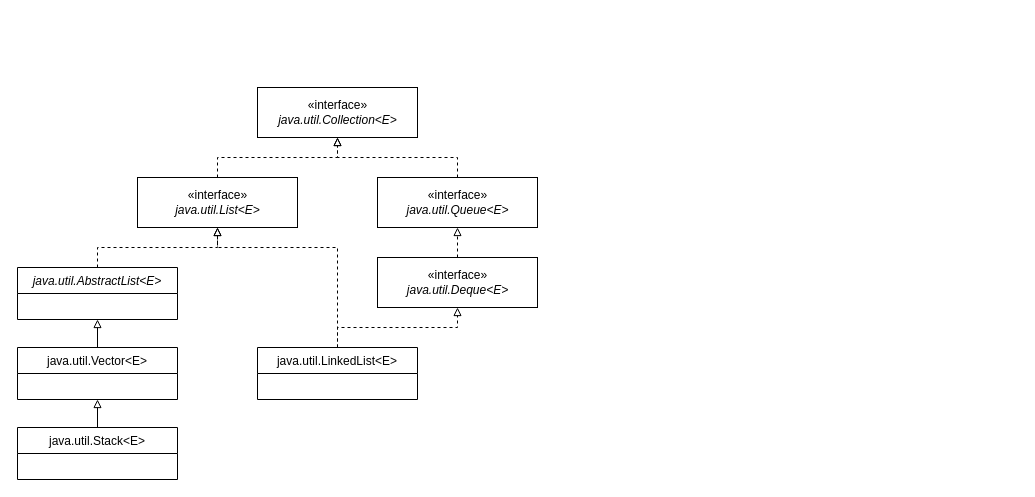
Earlier version of the draw.io diagram CSC/161/ch20_stack uml.drawio (PatrickMcDougle/ACC). Source tidied: cells renumbered, new cells numbered last; positions are measured from the earlier drawing's top-left corner, leaving out a move shared by most shapes. Both pictures are drawn from the tidied source at 100%, with x=0, y=0 at pixel (17, 87).
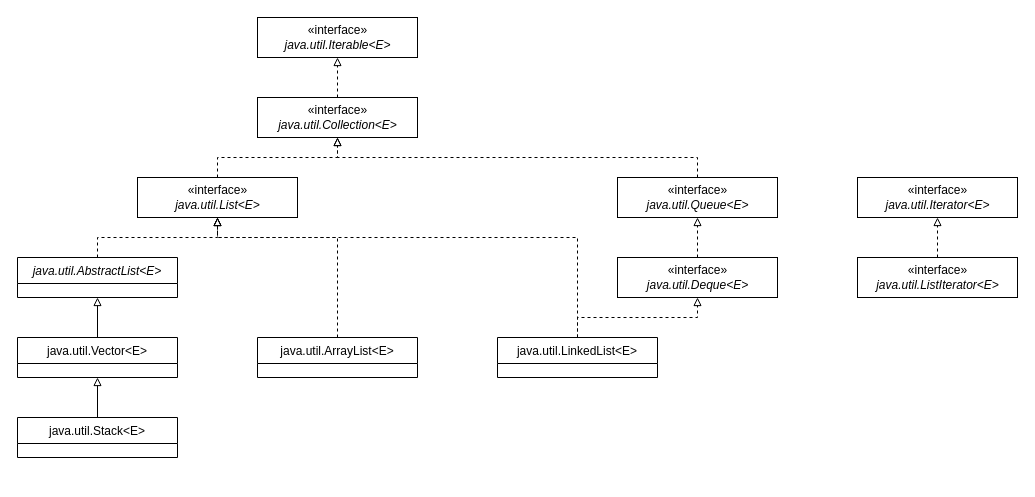
The same diagram, later.

Change to the diagram source:
```diff
@@
     <mxCell id="3" value="java.util.Stack&lt;E&gt;" style="swimlane;fontStyle=0;horizontal=1;startSize=26;fillColor=none;" parent="1" vertex="1">
-      <mxGeometry y="340" width="160" height="52" as="geometry" />
+      <mxGeometry y="330" width="160" height="40" as="geometry" />
     </mxCell>
@@
     <mxCell id="5" value="java.util.Vector&lt;E&gt;" style="swimlane;fontStyle=0;horizontal=1;startSize=26;fillColor=none;" parent="1" vertex="1">
-      <mxGeometry y="260" width="160" height="52" as="geometry" />
+      <mxGeometry y="250" width="160" height="40" as="geometry" />
     </mxCell>
@@
     <mxCell id="7" value="java.util.AbstractList&lt;E&gt;" style="swimlane;fontStyle=2;horizontal=1;startSize=26;fillColor=none;" parent="1" vertex="1">
-      <mxGeometry y="180" width="160" height="52" as="geometry" />
+      <mxGeometry y="170" width="160" height="40" as="geometry" />
     </mxCell>
@@
     <mxCell id="9" value="«interface»&lt;br&gt;&lt;i&gt;java.util.List&amp;lt;E&amp;gt;&lt;/i&gt;" style="html=1;" parent="1" vertex="1">
-      <mxGeometry x="120" y="90" width="160" height="50" as="geometry" />
+      <mxGeometry x="120" y="90" width="160" height="40" as="geometry" />
     </mxCell>
+    <mxCell id="18" style="edgeStyle=orthogonalEdgeStyle;rounded=0;jettySize=auto;html=1;exitX=0.5;exitY=0;exitDx=0;exitDy=0;entryX=0.5;entryY=1;entryDx=0;entryDy=0;dashed=1;endArrow=block;endFill=0;" parent="1" edge="1" source="10" target="24">
+      <mxGeometry relative="1" as="geometry" />
+    </mxCell>
     <mxCell id="10" value="«interface»&lt;br&gt;&lt;i&gt;java.util.Collection&amp;lt;E&amp;gt;&lt;/i&gt;" style="html=1;" parent="1" vertex="1">
-      <mxGeometry x="240" width="160" height="50" as="geometry" />
+      <mxGeometry x="240" y="10" width="160" height="40" as="geometry" />
     </mxCell>
@@
     <mxCell id="12" value="«interface»&lt;br&gt;&lt;i&gt;java.util.Queue&amp;lt;E&amp;gt;&lt;/i&gt;" style="html=1;" parent="1" vertex="1">
-      <mxGeometry x="360" y="90" width="160" height="50" as="geometry" />
+      <mxGeometry x="600" y="90" width="160" height="40" as="geometry" />
     </mxCell>
@@
     <mxCell id="14" value="«interface»&lt;br&gt;&lt;i&gt;java.util.Deque&amp;lt;E&amp;gt;&lt;/i&gt;" style="html=1;" parent="1" vertex="1">
-      <mxGeometry x="360" y="170" width="160" height="50" as="geometry" />
+      <mxGeometry x="600" y="170" width="160" height="40" as="geometry" />
     </mxCell>
@@
     <mxCell id="16" style="edgeStyle=orthogonalEdgeStyle;rounded=0;jettySize=auto;html=1;exitX=0.5;exitY=0;exitDx=0;exitDy=0;entryX=0.5;entryY=1;entryDx=0;entryDy=0;dashed=1;endArrow=block;endFill=0;" parent="1" edge="1" source="17" target="9">
       <mxGeometry relative="1" as="geometry">
         <Array as="points">
-          <mxPoint x="320" y="160" />
-          <mxPoint x="200" y="160" />
+          <mxPoint x="560" y="150" />
+          <mxPoint x="200" y="150" />
         </Array>
       </mxGeometry>
     </mxCell>
     <mxCell id="17" value="java.util.LinkedList&lt;E&gt;" style="swimlane;fontStyle=0;horizontal=1;startSize=26;fillColor=none;" parent="1" vertex="1">
-      <mxGeometry x="240" y="260" width="160" height="52" as="geometry" />
+      <mxGeometry x="480" y="250" width="160" height="40" as="geometry" />
     </mxCell>
+    <mxCell id="19" style="edgeStyle=orthogonalEdgeStyle;rounded=0;jettySize=auto;html=1;exitX=0.5;exitY=0;exitDx=0;exitDy=0;entryX=0.5;entryY=1;entryDx=0;entryDy=0;dashed=1;endArrow=block;endFill=0;" parent="1" edge="1" source="20" target="9">
+      <mxGeometry relative="1" as="geometry">
+        <Array as="points">
+          <mxPoint x="320" y="150" />
+          <mxPoint x="200" y="150" />
+        </Array>
+      </mxGeometry>
+    </mxCell>
+    <mxCell id="20" value="java.util.ArrayList&lt;E&gt;" style="swimlane;fontStyle=0;horizontal=1;startSize=26;fillColor=none;" parent="1" vertex="1">
+      <mxGeometry x="240" y="250" width="160" height="40" as="geometry" />
+    </mxCell>
+    <mxCell id="21" style="edgeStyle=orthogonalEdgeStyle;rounded=0;jettySize=auto;html=1;exitX=0.5;exitY=0;exitDx=0;exitDy=0;entryX=0.5;entryY=1;entryDx=0;entryDy=0;dashed=1;endArrow=block;endFill=0;" parent="1" edge="1" source="22" target="23">
+      <mxGeometry relative="1" as="geometry" />
+    </mxCell>
+    <mxCell id="22" value="«interface»&lt;br&gt;&lt;i&gt;java.util.ListIterator&amp;lt;E&amp;gt;&lt;/i&gt;" style="html=1;" parent="1" vertex="1">
+      <mxGeometry x="840" y="170" width="160" height="40" as="geometry" />
+    </mxCell>
+    <mxCell id="23" value="«interface»&lt;br&gt;&lt;i&gt;java.util.Iterator&amp;lt;E&amp;gt;&lt;/i&gt;" style="html=1;" parent="1" vertex="1">
+      <mxGeometry x="840" y="90" width="160" height="40" as="geometry" />
+    </mxCell>
+    <mxCell id="24" value="«interface»&lt;br&gt;&lt;i&gt;java.util.Iterable&amp;lt;E&amp;gt;&lt;/i&gt;" style="html=1;" parent="1" vertex="1">
+      <mxGeometry x="240" y="-70" width="160" height="40" as="geometry" />
+    </mxCell>
```
